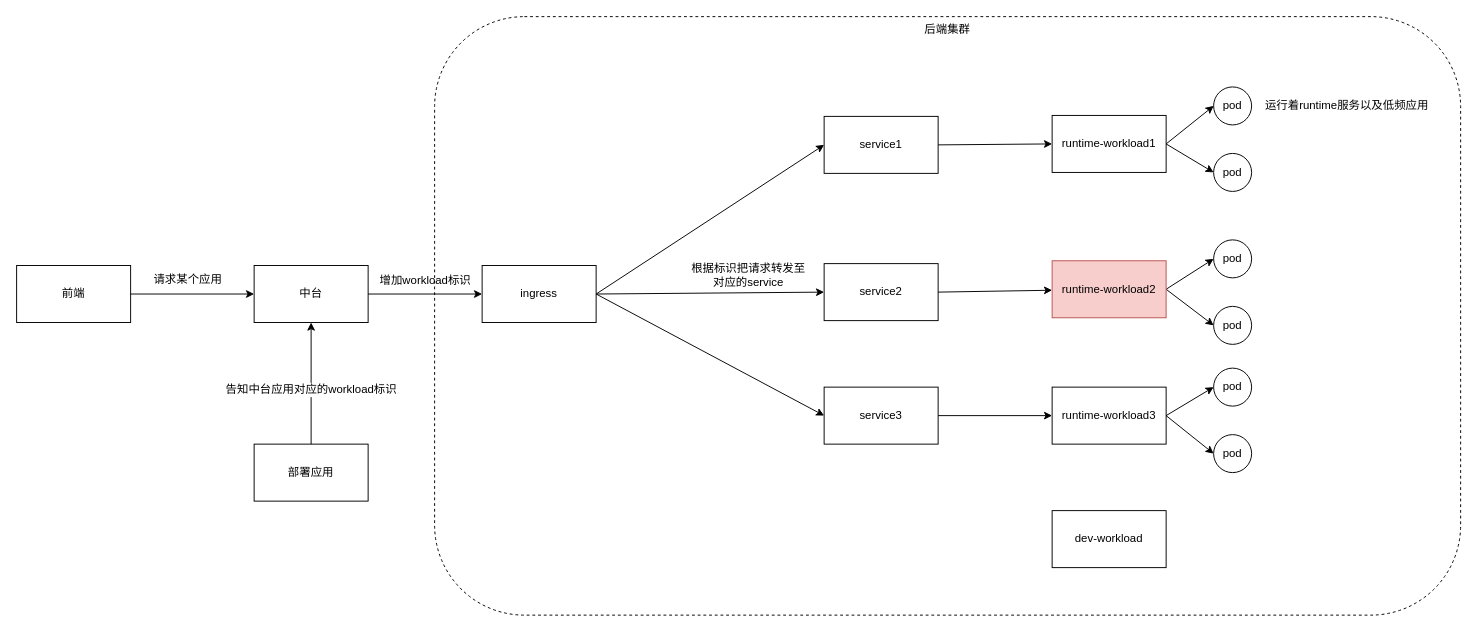
Above: page "路由设计" (9 of 10) of 灵捷.drawio in ProgrammerLZ/drawio (draw.io), before the change. Source tidied: cells renumbered, new cells numbered last; positions are measured from the earlier drawing's top-left corner, leaving out a move shared by most shapes. Both pictures are drawn from the tidied source at 95%, with x=0, y=0 at pixel (16, 16).
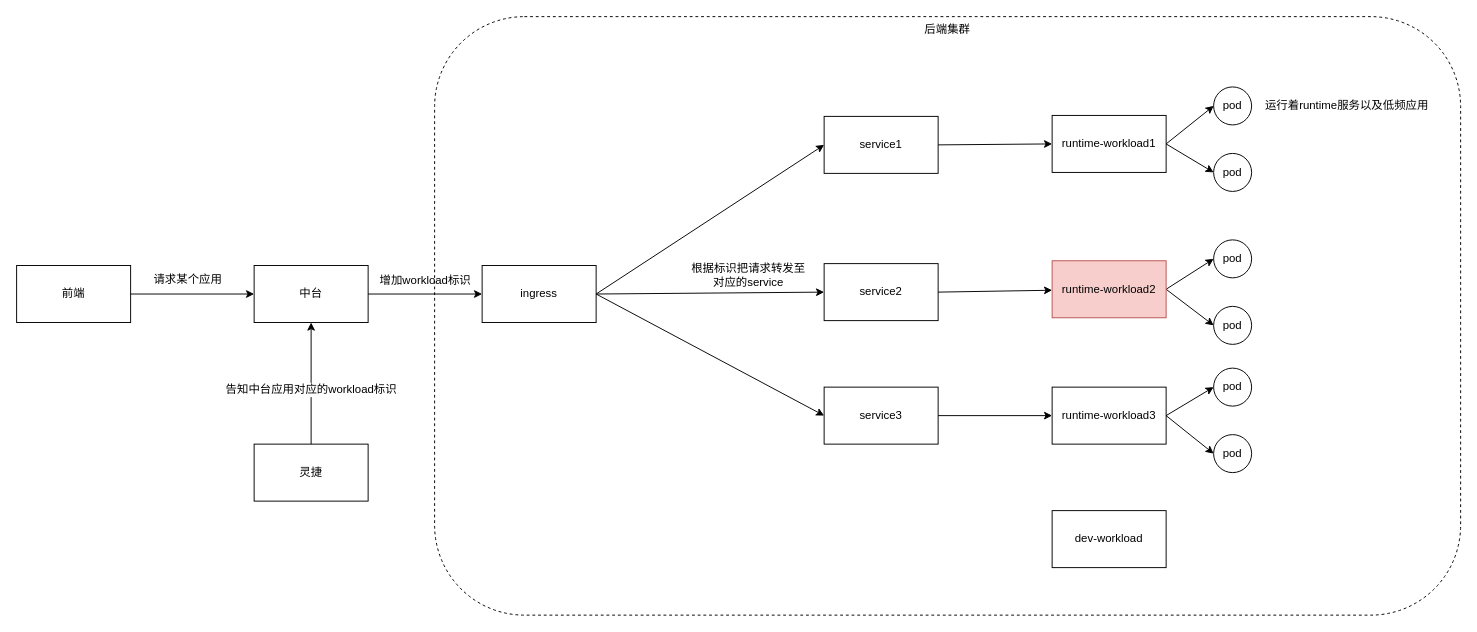
The same diagram, later.

Change to the diagram source:
```diff
@@
-    <mxCell id="22" value="部署应用" style="whiteSpace=wrap;html=1;fontFamily=Helvetica;fontSize=12;fontColor=default;fillColor=none;gradientColor=none;" parent="1" vertex="1">
+    <mxCell id="22" value="灵捷" style="whiteSpace=wrap;html=1;fontFamily=Helvetica;fontSize=12;fontColor=default;fillColor=none;gradientColor=none;" parent="1" vertex="1">
       <mxGeometry x="250" y="450" width="120" height="60" as="geometry" />
     </mxCell>
```
